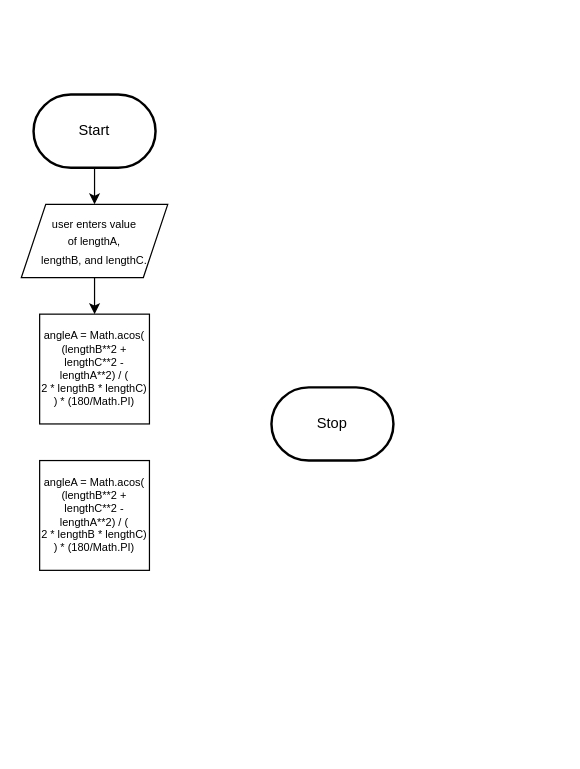
The draw.io diagram design/flowchart.drawio in MTHS-ICD2O-1-2023/ICD2O-Unit-5-05-pablo-fiallos-granados, before the edit. Source tidied: cells renumbered, new cells numbered last; positions are measured from the earlier drawing's top-left corner, leaving out a move shared by most shapes. Both pictures are drawn from the tidied source at 122%, with x=0, y=0 at pixel (21, 94).
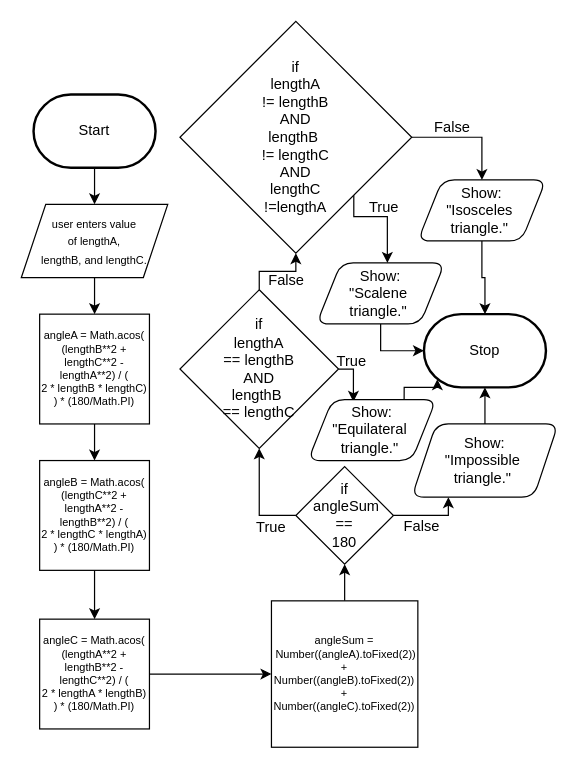
The same diagram, later.

The change refers to these unchanged cells:
```xml
<mxCell id="7" value="&lt;font style=&quot;font-size: 9px;&quot;&gt;angleA = Math.acos(&lt;br&gt;(lengthB**2 + lengthC**2 - lengthA**2) / (&lt;br&gt;2 * lengthB * lengthC)&lt;br&gt;) * (180/Math.PI)&lt;/font&gt;" style="whiteSpace=wrap;html=1;fontSize=9;" parent="1" vertex="1">
  <mxGeometry x="15" y="180" width="90" height="90" as="geometry" />
</mxCell>
```

What changed in the source:
```diff
@@
     <mxCell id="4" value="Stop" style="strokeWidth=2;html=1;shape=mxgraph.flowchart.terminator;whiteSpace=wrap;" parent="1" vertex="1">
-      <mxGeometry x="205" y="240" width="100" height="60" as="geometry" />
+      <mxGeometry x="330" y="180" width="100" height="60" as="geometry" />
     </mxCell>
@@
+    <mxCell id="9" style="edgeStyle=none;html=1;exitX=0.5;exitY=1;exitDx=0;exitDy=0;entryX=0.5;entryY=0;entryDx=0;entryDy=0;" parent="1" edge="1" source="7" target="11">
+      <mxGeometry relative="1" as="geometry" />
+    </mxCell>
@@
-    <mxCell id="8" value="&lt;font style=&quot;font-size: 9px;&quot;&gt;angleA = Math.acos(&lt;br&gt;(lengthB**2 + lengthC**2 - lengthA**2) / (&lt;br&gt;2 * lengthB * lengthC)&lt;br&gt;) * (180/Math.PI)&lt;/font&gt;" style="whiteSpace=wrap;html=1;fontSize=9;" parent="1" vertex="1">
-      <mxGeometry x="15" y="300" width="90" height="90" as="geometry" />
-    </mxCell>
+    <mxCell id="10" style="edgeStyle=none;html=1;exitX=0.5;exitY=1;exitDx=0;exitDy=0;entryX=0.5;entryY=0;entryDx=0;entryDy=0;" parent="1" edge="1" source="11" target="13">
+      <mxGeometry relative="1" as="geometry" />
+    </mxCell>
+    <mxCell id="11" value="&lt;font style=&quot;font-size: 9px;&quot;&gt;angleB = Math.acos(&lt;br&gt;(lengthC**2 + lengthA**2 - lengthB**2) / (&lt;br&gt;2 * lengthC * lengthA)&lt;br&gt;) * (180/Math.PI)&lt;/font&gt;" style="whiteSpace=wrap;html=1;fontSize=9;" parent="1" vertex="1">
+      <mxGeometry x="15" y="300" width="90" height="90" as="geometry" />
+    </mxCell>
+    <mxCell id="12" style="edgeStyle=none;html=1;exitX=1;exitY=0.5;exitDx=0;exitDy=0;entryX=0;entryY=0.5;entryDx=0;entryDy=0;" parent="1" edge="1" source="13" target="15">
+      <mxGeometry relative="1" as="geometry" />
+    </mxCell>
+    <mxCell id="13" value="&lt;font style=&quot;font-size: 9px;&quot;&gt;angleC = Math.acos(&lt;br&gt;(lengthA**2 + lengthB**2 - lengthC**2) / (&lt;br&gt;2 * lengthA * lengthB)&lt;br&gt;) * (180/Math.PI)&lt;/font&gt;" style="whiteSpace=wrap;html=1;fontSize=9;" parent="1" vertex="1">
+      <mxGeometry x="15" y="430" width="90" height="90" as="geometry" />
+    </mxCell>
+    <mxCell id="14" style="edgeStyle=none;html=1;exitX=0.5;exitY=0;exitDx=0;exitDy=0;entryX=0.5;entryY=1;entryDx=0;entryDy=0;" parent="1" edge="1" source="15" target="18">
+      <mxGeometry relative="1" as="geometry" />
+    </mxCell>
+    <mxCell id="15" value="angleSum =&lt;br&gt;&amp;nbsp;Number((angleA).toFixed(2)) + Number((angleB).toFixed(2)) + Number((angleC).toFixed(2))" style="whiteSpace=wrap;html=1;fontSize=9;" parent="1" vertex="1">
+      <mxGeometry x="205" y="415" width="120" height="120" as="geometry" />
+    </mxCell>
+    <mxCell id="16" style="edgeStyle=orthogonalEdgeStyle;html=1;exitX=0;exitY=0.5;exitDx=0;exitDy=0;rounded=0;entryX=0.5;entryY=1;entryDx=0;entryDy=0;" parent="1" edge="1" source="18" target="22">
+      <mxGeometry relative="1" as="geometry">
+        <Array as="points">
+          <mxPoint x="195" y="345" />
+        </Array>
+      </mxGeometry>
+    </mxCell>
+    <mxCell id="17" style="edgeStyle=orthogonalEdgeStyle;rounded=0;html=1;exitX=1;exitY=0.5;exitDx=0;exitDy=0;entryX=0.25;entryY=1;entryDx=0;entryDy=0;" parent="1" edge="1" source="18" target="28">
+      <mxGeometry relative="1" as="geometry" />
+    </mxCell>
+    <mxCell id="18" value="if&lt;br&gt;&amp;nbsp;angleSum&lt;br&gt;==&lt;br&gt;180" style="rhombus;whiteSpace=wrap;html=1;" parent="1" vertex="1">
+      <mxGeometry x="225" y="305" width="80" height="80" as="geometry" />
+    </mxCell>
+    <mxCell id="19" value="True" style="text;html=1;strokeColor=none;fillColor=none;align=center;verticalAlign=middle;whiteSpace=wrap;rounded=0;" parent="1" vertex="1">
+      <mxGeometry x="175" y="340" width="60" height="30" as="geometry" />
+    </mxCell>
+    <mxCell id="20" style="edgeStyle=orthogonalEdgeStyle;rounded=0;html=1;exitX=0.5;exitY=0;exitDx=0;exitDy=0;entryX=0.5;entryY=1;entryDx=0;entryDy=0;" parent="1" edge="1" source="22" target="26">
+      <mxGeometry relative="1" as="geometry" />
+    </mxCell>
+    <mxCell id="21" style="edgeStyle=orthogonalEdgeStyle;rounded=0;html=1;exitX=1;exitY=0.5;exitDx=0;exitDy=0;entryX=0.354;entryY=0.038;entryDx=0;entryDy=0;entryPerimeter=0;" parent="1" edge="1" source="22" target="30">
+      <mxGeometry relative="1" as="geometry" />
+    </mxCell>
+    <mxCell id="22" value="if &lt;br&gt;lengthA&lt;br&gt;== lengthB&lt;br&gt;AND&lt;br&gt;lengthB&amp;nbsp;&lt;br&gt;== lengthC" style="rhombus;whiteSpace=wrap;html=1;" parent="1" vertex="1">
+      <mxGeometry x="130" y="160" width="130" height="130" as="geometry" />
+    </mxCell>
+    <mxCell id="23" value="False" style="text;html=1;align=center;verticalAlign=middle;strokeColor=none;fillColor=none;" parent="1" vertex="1">
+      <mxGeometry x="192" y="138" width="50" height="30" as="geometry" />
+    </mxCell>
+    <mxCell id="24" style="edgeStyle=orthogonalEdgeStyle;rounded=0;html=1;exitX=1;exitY=1;exitDx=0;exitDy=0;" parent="1" edge="1" source="26" target="32">
+      <mxGeometry relative="1" as="geometry">
+        <Array as="points">
+          <mxPoint x="273" y="100" />
+          <mxPoint x="300" y="100" />
+        </Array>
+      </mxGeometry>
+    </mxCell>
+    <mxCell id="25" style="edgeStyle=orthogonalEdgeStyle;rounded=0;html=1;exitX=1;exitY=0.5;exitDx=0;exitDy=0;entryX=0.5;entryY=0;entryDx=0;entryDy=0;" parent="1" edge="1" source="26" target="36">
+      <mxGeometry relative="1" as="geometry" />
+    </mxCell>
+    <mxCell id="26" value="if &lt;br&gt;lengthA&lt;br&gt;!= lengthB&lt;br&gt;AND&lt;br&gt;lengthB&amp;nbsp;&lt;br&gt;!= lengthC&lt;br&gt;AND&lt;br&gt;lengthC&lt;br&gt;!=lengthA" style="rhombus;whiteSpace=wrap;html=1;" parent="1" vertex="1">
+      <mxGeometry x="130" y="-60" width="190" height="190" as="geometry" />
+    </mxCell>
+    <mxCell id="27" style="edgeStyle=orthogonalEdgeStyle;rounded=0;html=1;exitX=0.5;exitY=0;exitDx=0;exitDy=0;entryX=0.5;entryY=1;entryDx=0;entryDy=0;entryPerimeter=0;" parent="1" edge="1" source="28" target="4">
+      <mxGeometry relative="1" as="geometry" />
+    </mxCell>
+    <mxCell id="28" value="Show: &lt;br&gt;&quot;Impossible&amp;nbsp;&lt;br&gt;triangle.&quot;&amp;nbsp;" style="shape=parallelogram;perimeter=parallelogramPerimeter;whiteSpace=wrap;html=1;fixedSize=1;rounded=1;" parent="1" vertex="1">
+      <mxGeometry x="320" y="270" width="120" height="60" as="geometry" />
+    </mxCell>
+    <mxCell id="29" style="edgeStyle=orthogonalEdgeStyle;rounded=0;html=1;exitX=0.75;exitY=0;exitDx=0;exitDy=0;entryX=0.11;entryY=0.89;entryDx=0;entryDy=0;entryPerimeter=0;" parent="1" edge="1" source="30" target="4">
+      <mxGeometry relative="1" as="geometry" />
+    </mxCell>
+    <mxCell id="30" value="Show: &lt;br&gt;&quot;Equilateral&amp;nbsp;&lt;br&gt;triangle.&quot;&amp;nbsp;" style="shape=parallelogram;perimeter=parallelogramPerimeter;whiteSpace=wrap;html=1;fixedSize=1;rounded=1;" parent="1" vertex="1">
+      <mxGeometry x="235" y="250" width="105" height="50" as="geometry" />
+    </mxCell>
+    <mxCell id="31" style="edgeStyle=orthogonalEdgeStyle;rounded=0;html=1;exitX=0.5;exitY=1;exitDx=0;exitDy=0;entryX=0;entryY=0.5;entryDx=0;entryDy=0;entryPerimeter=0;" parent="1" edge="1" source="32" target="4">
+      <mxGeometry relative="1" as="geometry" />
+    </mxCell>
+    <mxCell id="32" value="Show: &lt;br&gt;&quot;Scalene&amp;nbsp;&lt;br&gt;triangle.&quot;&amp;nbsp;" style="shape=parallelogram;perimeter=parallelogramPerimeter;whiteSpace=wrap;html=1;fixedSize=1;rounded=1;" parent="1" vertex="1">
+      <mxGeometry x="242" y="138" width="105" height="50" as="geometry" />
+    </mxCell>
+    <mxCell id="33" value="False" style="text;html=1;align=center;verticalAlign=middle;strokeColor=none;fillColor=none;" parent="1" vertex="1">
+      <mxGeometry x="303" y="339" width="50" height="30" as="geometry" />
+    </mxCell>
+    <mxCell id="34" value="True" style="text;html=1;strokeColor=none;fillColor=none;align=center;verticalAlign=middle;whiteSpace=wrap;rounded=0;" parent="1" vertex="1">
+      <mxGeometry x="241" y="204" width="60" height="30" as="geometry" />
+    </mxCell>
+    <mxCell id="35" style="edgeStyle=orthogonalEdgeStyle;rounded=0;html=1;exitX=0.5;exitY=1;exitDx=0;exitDy=0;entryX=0.5;entryY=0;entryDx=0;entryDy=0;entryPerimeter=0;" parent="1" edge="1" source="36" target="4">
+      <mxGeometry relative="1" as="geometry" />
+    </mxCell>
+    <mxCell id="36" value="Show: &lt;br&gt;&quot;Isosceles&amp;nbsp;&lt;br&gt;triangle.&quot;&amp;nbsp;" style="shape=parallelogram;perimeter=parallelogramPerimeter;whiteSpace=wrap;html=1;fixedSize=1;rounded=1;" parent="1" vertex="1">
+      <mxGeometry x="325" y="70" width="105" height="50" as="geometry" />
+    </mxCell>
+    <mxCell id="37" value="False" style="text;html=1;align=center;verticalAlign=middle;strokeColor=none;fillColor=none;" parent="1" vertex="1">
+      <mxGeometry x="328" y="12" width="50" height="30" as="geometry" />
+    </mxCell>
+    <mxCell id="38" value="True" style="text;html=1;align=center;verticalAlign=middle;strokeColor=none;fillColor=none;" parent="1" vertex="1">
+      <mxGeometry x="272" y="78" width="50" height="30" as="geometry" />
+    </mxCell>
```
